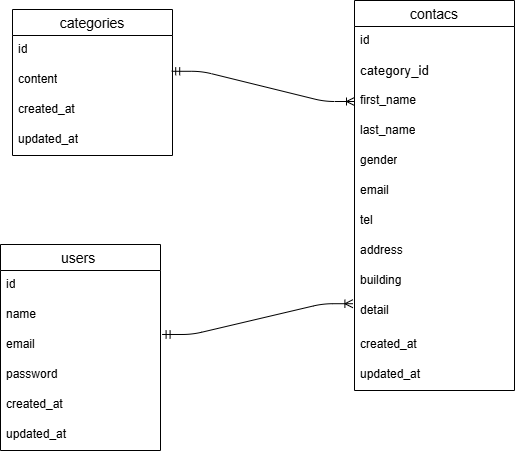
Before: fashionablylate.drawio.png, a diagram exported from draw.io (yuki8293/FashionablyLate). Source tidied: cells renumbered, new cells last; positions are measured from the earlier drawing's top-left corner, leaving out a move shared by most shapes.
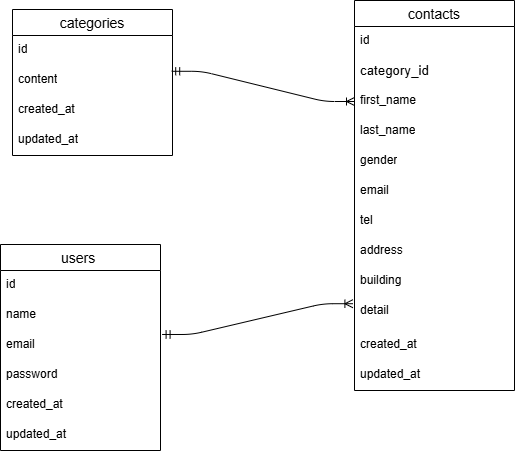
After the commit.

What changed in the source:
```diff
@@ -17,7 +17,7 @@
     <mxCell id="6" value="updated_at" style="text;strokeColor=none;fillColor=none;spacingLeft=4;spacingRight=4;overflow=hidden;fontSize=12;whiteSpace=wrap;html=1;" parent="2" vertex="1">
       <mxGeometry y="116" width="160" height="30" as="geometry" />
     </mxCell>
-    <mxCell id="7" value="contacs" style="swimlane;fontStyle=0;horizontal=1;startSize=26;align=center;fontSize=14;" parent="1" vertex="1">
+    <mxCell id="7" value="contacts" style="swimlane;fontStyle=0;horizontal=1;startSize=26;align=center;fontSize=14;" parent="1" vertex="1">
       <mxGeometry x="354" width="160" height="390" as="geometry" />
     </mxCell>
     <mxCell id="8" value="id" style="text;strokeColor=none;fillColor=none;spacingLeft=4;spacingRight=4;overflow=hidden;fontSize=12;whiteSpace=wrap;html=1;" parent="7" vertex="1">
```
